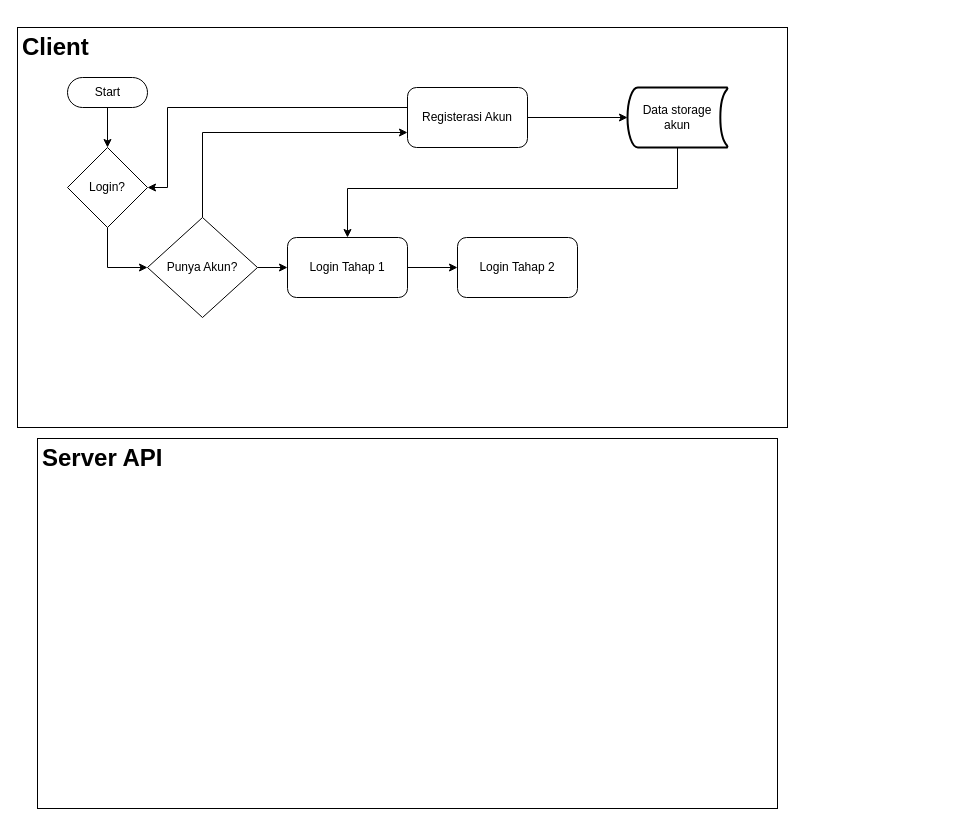
karageee/Login-system-and-gmm-voice-auth keeps this draw.io diagram as Alur sistem login.drawio. Above is the earlier version. Source tidied: cells renumbered, new cells numbered last; positions are measured from the earlier drawing's top-left corner, leaving out a move shared by most shapes. Both pictures are drawn from the tidied source at 100%, with x=0, y=0 at pixel (17, 27).
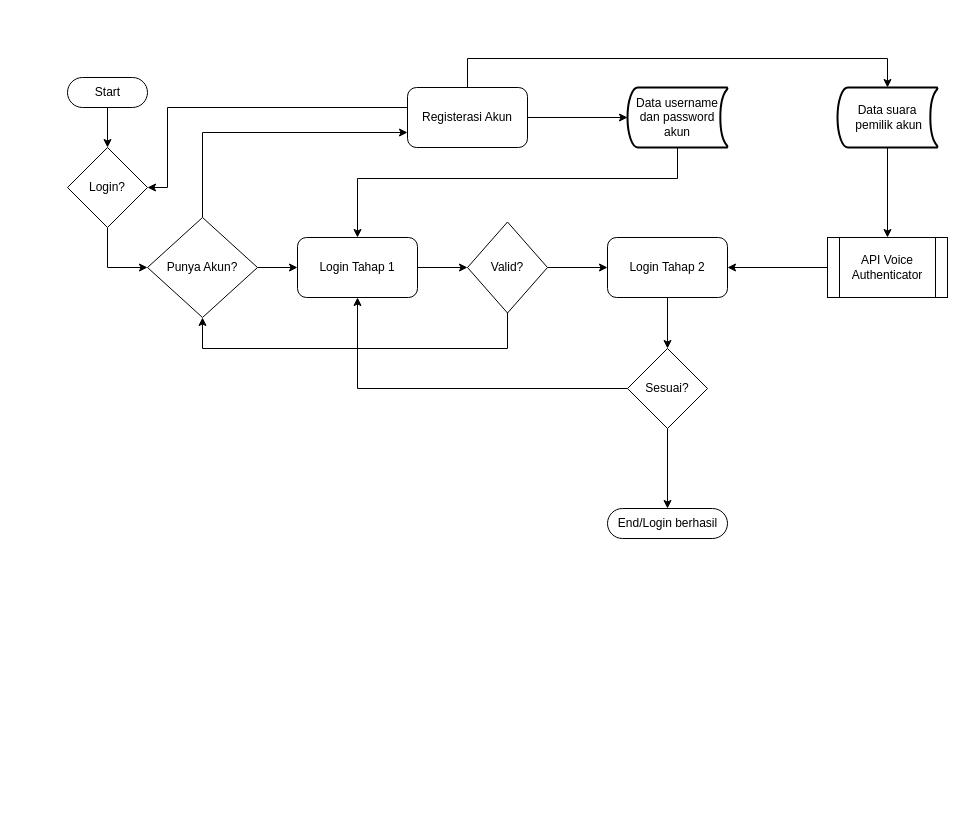
After the change.

The change refers to these unchanged cells:
```xml
<mxCell id="10" value="Punya Akun?" style="rhombus;whiteSpace=wrap;html=1;" parent="1" vertex="1">
  <mxGeometry x="130" y="190" width="110" height="100" as="geometry" />
</mxCell>
<mxCell id="13" value="Registerasi Akun" style="rounded=1;whiteSpace=wrap;html=1;" parent="1" vertex="1">
  <mxGeometry x="390" y="60" width="120" height="60" as="geometry" />
</mxCell>
```

The edit, as a diff of the source:
```diff
@@
-    <mxCell id="2" value="&lt;h1&gt;Server API&lt;/h1&gt;" style="text;html=1;fillColor=none;spacing=5;spacingTop=-20;whiteSpace=wrap;overflow=hidden;rounded=0;strokeColor=#000000;" parent="1" vertex="1">
-      <mxGeometry x="20" y="411" width="740" height="370" as="geometry" />
-    </mxCell>
-    <mxCell id="3" value="&lt;h1&gt;Client&lt;/h1&gt;" style="text;html=1;fillColor=none;spacing=5;spacingTop=-20;whiteSpace=wrap;overflow=hidden;rounded=0;strokeColor=#000000;" parent="1" vertex="1">
-      <mxGeometry width="770" height="400" as="geometry" />
-    </mxCell>
@@
+    <mxCell id="19" style="edgeStyle=orthogonalEdgeStyle;rounded=0;jettySize=auto;html=1;entryX=0.5;entryY=0;entryDx=0;entryDy=0;entryPerimeter=0;" parent="1" edge="1" source="13" target="26">
+      <mxGeometry relative="1" as="geometry">
+        <Array as="points">
+          <mxPoint x="450" y="31" />
+          <mxPoint x="870" y="31" />
+        </Array>
+      </mxGeometry>
+    </mxCell>
@@
-    <mxCell id="14" style="edgeStyle=orthogonalEdgeStyle;rounded=0;jettySize=auto;html=1;entryX=0;entryY=0.5;entryDx=0;entryDy=0;" parent="1" edge="1" source="15" target="18">
-      <mxGeometry relative="1" as="geometry" />
-    </mxCell>
+    <mxCell id="20" style="edgeStyle=orthogonalEdgeStyle;rounded=0;jettySize=auto;html=1;entryX=0;entryY=0.5;entryDx=0;entryDy=0;" parent="1" edge="1" source="15" target="23">
+      <mxGeometry relative="1" as="geometry" />
+    </mxCell>
     <mxCell id="15" value="Login Tahap 1" style="rounded=1;whiteSpace=wrap;html=1;" parent="1" vertex="1">
-      <mxGeometry x="270" y="210" width="120" height="60" as="geometry" />
+      <mxGeometry x="280" y="210" width="120" height="60" as="geometry" />
     </mxCell>
     <mxCell id="16" style="edgeStyle=orthogonalEdgeStyle;rounded=0;jettySize=auto;html=1;entryX=0.5;entryY=0;entryDx=0;entryDy=0;" parent="1" edge="1" source="17" target="15">
       <mxGeometry relative="1" as="geometry">
         <Array as="points">
-          <mxPoint x="660" y="161" />
-          <mxPoint x="330" y="161" />
+          <mxPoint x="660" y="151" />
+          <mxPoint x="340" y="151" />
         </Array>
       </mxGeometry>
     </mxCell>
-    <mxCell id="17" value="Data storage akun" style="strokeWidth=2;html=1;shape=mxgraph.flowchart.stored_data;whiteSpace=wrap;" parent="1" vertex="1">
+    <mxCell id="17" value="Data username dan password akun" style="strokeWidth=2;html=1;shape=mxgraph.flowchart.stored_data;whiteSpace=wrap;" parent="1" vertex="1">
       <mxGeometry x="610" y="60" width="100" height="60" as="geometry" />
     </mxCell>
+    <mxCell id="21" style="edgeStyle=orthogonalEdgeStyle;rounded=0;jettySize=auto;html=1;entryX=0.5;entryY=1;entryDx=0;entryDy=0;" parent="1" edge="1" source="23" target="10">
+      <mxGeometry relative="1" as="geometry">
+        <Array as="points">
+          <mxPoint x="490" y="321" />
+          <mxPoint x="185" y="321" />
+        </Array>
+      </mxGeometry>
+    </mxCell>
+    <mxCell id="22" style="edgeStyle=orthogonalEdgeStyle;rounded=0;jettySize=auto;html=1;entryX=0;entryY=0.5;entryDx=0;entryDy=0;" parent="1" edge="1" source="23" target="18">
+      <mxGeometry relative="1" as="geometry" />
+    </mxCell>
+    <mxCell id="23" value="Valid?" style="rhombus;whiteSpace=wrap;html=1;" parent="1" vertex="1">
+      <mxGeometry x="450" y="194.5" width="80" height="91" as="geometry" />
+    </mxCell>
+    <mxCell id="24" style="edgeStyle=orthogonalEdgeStyle;rounded=0;jettySize=auto;html=1;entryX=0.5;entryY=0;entryDx=0;entryDy=0;" parent="1" edge="1" source="18" target="29">
+      <mxGeometry relative="1" as="geometry" />
+    </mxCell>
     <mxCell id="18" value="Login Tahap 2" style="rounded=1;whiteSpace=wrap;html=1;" parent="1" vertex="1">
-      <mxGeometry x="440" y="210" width="120" height="60" as="geometry" />
+      <mxGeometry x="590" y="210" width="120" height="60" as="geometry" />
     </mxCell>
+    <mxCell id="25" style="edgeStyle=orthogonalEdgeStyle;rounded=0;jettySize=auto;html=1;entryX=0.5;entryY=0;entryDx=0;entryDy=0;" parent="1" edge="1" source="26" target="32">
+      <mxGeometry relative="1" as="geometry" />
+    </mxCell>
+    <mxCell id="26" value="Data suara&lt;br&gt;&amp;nbsp;pemilik akun" style="strokeWidth=2;html=1;shape=mxgraph.flowchart.stored_data;whiteSpace=wrap;" parent="1" vertex="1">
+      <mxGeometry x="820" y="60" width="100" height="60" as="geometry" />
+    </mxCell>
+    <mxCell id="27" style="edgeStyle=orthogonalEdgeStyle;rounded=0;jettySize=auto;html=1;entryX=0.5;entryY=0.5;entryDx=0;entryDy=-15;entryPerimeter=0;" parent="1" edge="1" source="29" target="30">
+      <mxGeometry relative="1" as="geometry" />
+    </mxCell>
+    <mxCell id="28" style="edgeStyle=orthogonalEdgeStyle;rounded=0;jettySize=auto;html=1;entryX=0.5;entryY=1;entryDx=0;entryDy=0;" parent="1" edge="1" source="29" target="15">
+      <mxGeometry relative="1" as="geometry" />
+    </mxCell>
+    <mxCell id="29" value="Sesuai?" style="rhombus;whiteSpace=wrap;html=1;" parent="1" vertex="1">
+      <mxGeometry x="610" y="321" width="80" height="80" as="geometry" />
+    </mxCell>
+    <mxCell id="30" value="End/Login berhasil" style="html=1;dashed=0;whitespace=wrap;shape=mxgraph.dfd.start;" parent="1" vertex="1">
+      <mxGeometry x="590" y="481" width="120" height="30" as="geometry" />
+    </mxCell>
+    <mxCell id="31" style="edgeStyle=orthogonalEdgeStyle;rounded=0;jettySize=auto;html=1;entryX=1;entryY=0.5;entryDx=0;entryDy=0;" parent="1" edge="1" source="32" target="18">
+      <mxGeometry relative="1" as="geometry" />
+    </mxCell>
+    <mxCell id="32" value="API Voice Authenticator" style="shape=process;whiteSpace=wrap;html=1;backgroundOutline=1;" parent="1" vertex="1">
+      <mxGeometry x="810" y="210" width="120" height="60" as="geometry" />
+    </mxCell>
```
